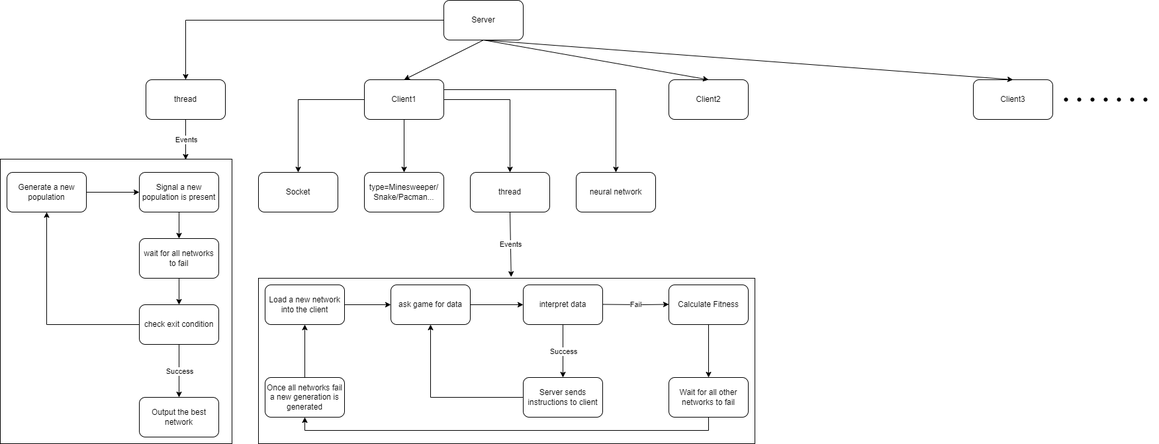
Above: THE_SERVER/ServerDiagram.png in Riadonaru/Minesweeper_OLD (draw.io), before the change. Source tidied: cells renumbered, new cells last; positions are measured from the earlier drawing's top-left corner, leaving out a move shared by most shapes.
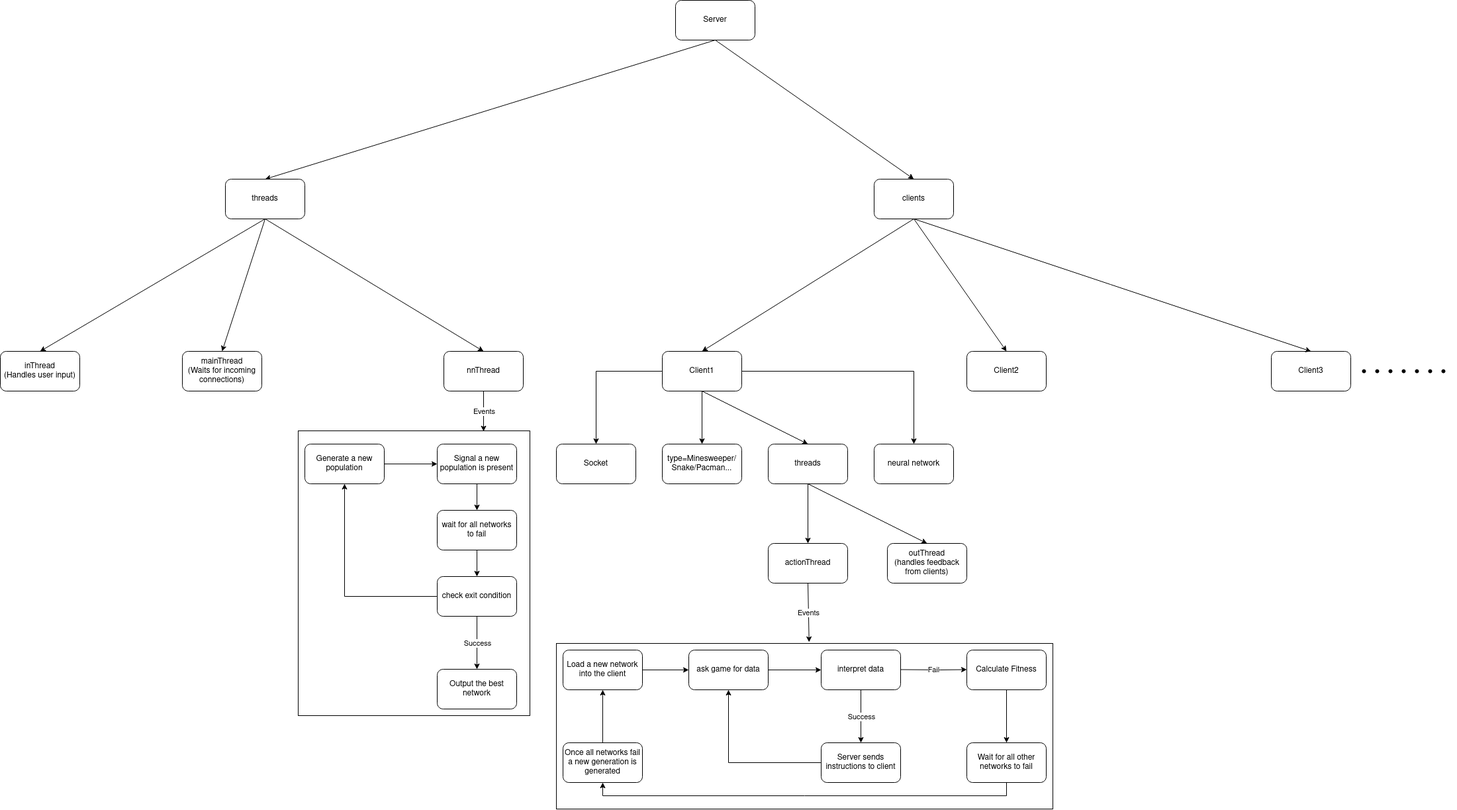
After the commit.

The edit, as a diff of the source:
```diff
@@ -2,11 +2,8 @@
   <root>
     <mxCell id="0" />
     <mxCell id="1" parent="0" />
-    <mxCell id="2" style="edgeStyle=orthogonalEdgeStyle;rounded=0;jettySize=auto;html=1;" parent="1" edge="1" source="3" target="36">
-      <mxGeometry relative="1" as="geometry" />
-    </mxCell>
     <mxCell id="3" value="Server" style="rounded=1;whiteSpace=wrap;html=1;" parent="1" vertex="1">
-      <mxGeometry x="670" width="120" height="60" as="geometry" />
+      <mxGeometry x="570" y="-410" width="120" height="60" as="geometry" />
     </mxCell>
     <mxCell id="4" style="edgeStyle=orthogonalEdgeStyle;rounded=0;jettySize=auto;html=1;" parent="1" edge="1" source="7" target="11">
       <mxGeometry relative="1" as="geometry" />
@@ -14,22 +11,14 @@
     <mxCell id="5" style="edgeStyle=orthogonalEdgeStyle;rounded=0;jettySize=auto;html=1;" parent="1" edge="1" source="7" target="12">
       <mxGeometry relative="1" as="geometry" />
     </mxCell>
-    <mxCell id="6" style="edgeStyle=orthogonalEdgeStyle;rounded=0;jettySize=auto;html=1;" parent="1" edge="1" source="7" target="13">
-      <mxGeometry relative="1" as="geometry" />
-    </mxCell>
     <mxCell id="7" value="Client1" style="rounded=1;whiteSpace=wrap;html=1;" parent="1" vertex="1">
       <mxGeometry x="550" y="120" width="120" height="60" as="geometry" />
     </mxCell>
-    <mxCell id="8" style="endArrow=classic;html=1;rounded=0;exitX=0.5;exitY=1;exitDx=0;exitDy=0;entryX=0.5;entryY=0;entryDx=0;entryDy=0;" parent="1" edge="1" source="3" target="7">
-      <mxGeometry relative="1" as="geometry" />
-    </mxCell>
     <mxCell id="9" value="Client2" style="rounded=1;whiteSpace=wrap;html=1;" parent="1" vertex="1">
       <mxGeometry x="1010" y="120" width="120" height="60" as="geometry" />
     </mxCell>
-    <mxCell id="10" style="endArrow=classic;html=1;rounded=0;entryX=0.5;entryY=0;entryDx=0;entryDy=0;" parent="1" edge="1" target="9">
-      <mxGeometry relative="1" as="geometry">
-        <mxPoint x="730" y="60" as="sourcePoint" />
-      </mxGeometry>
+    <mxCell id="10" style="endArrow=classic;html=1;rounded=0;entryX=0.5;entryY=0;entryDx=0;entryDy=0;exitX=0.5;exitY=1;exitDx=0;exitDy=0;" parent="1" edge="1" source="61" target="9">
+      <mxGeometry relative="1" as="geometry" />
     </mxCell>
     <mxCell id="11" value="Socket" style="whiteSpace=wrap;html=1;rounded=1;" parent="1" vertex="1">
       <mxGeometry x="390" y="260" width="120" height="60" as="geometry" />
@@ -37,13 +26,13 @@
     <mxCell id="12" value="type=Minesweeper/&lt;br&gt;Snake/Pacman..." style="rounded=1;whiteSpace=wrap;html=1;" parent="1" vertex="1">
       <mxGeometry x="550" y="260" width="120" height="60" as="geometry" />
     </mxCell>
-    <mxCell id="13" value="thread" style="whiteSpace=wrap;html=1;rounded=1;" parent="1" vertex="1">
+    <mxCell id="13" value="threads" style="whiteSpace=wrap;html=1;rounded=1;" parent="1" vertex="1">
       <mxGeometry x="710" y="260" width="120" height="60" as="geometry" />
     </mxCell>
-    <mxCell id="14" style="endArrow=classic;html=1;rounded=0;exitX=1;exitY=0.25;exitDx=0;exitDy=0;entryX=0.5;entryY=0;entryDx=0;entryDy=0;" parent="1" edge="1" source="7" target="15">
+    <mxCell id="14" style="endArrow=classic;html=1;rounded=0;exitX=1;exitY=0.5;exitDx=0;exitDy=0;entryX=0.5;entryY=0;entryDx=0;entryDy=0;" parent="1" edge="1" source="7" target="15">
       <mxGeometry relative="1" as="geometry">
         <Array as="points">
-          <mxPoint x="930" y="135" />
+          <mxPoint x="930" y="150" />
         </Array>
       </mxGeometry>
     </mxCell>
@@ -51,19 +40,19 @@
       <mxGeometry x="870" y="260" width="120" height="60" as="geometry" />
     </mxCell>
     <mxCell id="16" style="rounded=0;whiteSpace=wrap;html=1;" parent="1" vertex="1">
-      <mxGeometry x="390" y="420" width="750" height="250" as="geometry" />
+      <mxGeometry x="390" y="561" width="750" height="250" as="geometry" />
     </mxCell>
     <mxCell id="17" style="edgeStyle=orthogonalEdgeStyle;rounded=0;jettySize=auto;html=1;" parent="1" edge="1" source="18" target="19">
       <mxGeometry relative="1" as="geometry" />
     </mxCell>
     <mxCell id="18" value="ask game for data" style="rounded=1;whiteSpace=wrap;html=1;" parent="1" vertex="1">
-      <mxGeometry x="590" y="430" width="120" height="60" as="geometry" />
+      <mxGeometry x="590" y="571" width="120" height="60" as="geometry" />
     </mxCell>
     <mxCell id="19" value="interpret data" style="whiteSpace=wrap;html=1;rounded=1;" parent="1" vertex="1">
-      <mxGeometry x="790" y="430" width="120" height="60" as="geometry" />
+      <mxGeometry x="790" y="571" width="120" height="60" as="geometry" />
     </mxCell>
     <mxCell id="20" value="Server sends instructions to client" style="whiteSpace=wrap;html=1;rounded=1;" parent="1" vertex="1">
-      <mxGeometry x="790" y="570" width="120" height="60" as="geometry" />
+      <mxGeometry x="790" y="711" width="120" height="60" as="geometry" />
     </mxCell>
     <mxCell id="21" style="endArrow=classic;html=1;rounded=0;exitX=0.5;exitY=1;exitDx=0;exitDy=0;" parent="1" edge="1" source="19" target="20">
       <mxGeometry relative="1" as="geometry" />
@@ -73,10 +62,10 @@
     </mxCell>
     <mxCell id="23" style="endArrow=classic;html=1;rounded=0;" parent="1" edge="1">
       <mxGeometry relative="1" as="geometry">
-        <mxPoint x="910" y="459.5" as="sourcePoint" />
-        <mxPoint x="1010" y="459.5" as="targetPoint" />
+        <mxPoint x="910" y="600.5" as="sourcePoint" />
+        <mxPoint x="1010" y="600.5" as="targetPoint" />
         <Array as="points">
-          <mxPoint x="970" y="460" />
+          <mxPoint x="970" y="601" />
         </Array>
       </mxGeometry>
     </mxCell>
@@ -87,45 +76,45 @@
       <mxGeometry relative="1" as="geometry" />
     </mxCell>
     <mxCell id="26" value="Calculate Fitness" style="rounded=1;whiteSpace=wrap;html=1;" parent="1" vertex="1">
-      <mxGeometry x="1010" y="430" width="120" height="60" as="geometry" />
+      <mxGeometry x="1010" y="571" width="120" height="60" as="geometry" />
     </mxCell>
     <mxCell id="27" style="endArrow=classic;html=1;rounded=0;exitX=0;exitY=0.5;exitDx=0;exitDy=0;entryX=0.5;entryY=1;entryDx=0;entryDy=0;" parent="1" edge="1" source="20" target="18">
       <mxGeometry relative="1" as="geometry">
         <Array as="points">
-          <mxPoint x="650" y="600" />
+          <mxPoint x="650" y="741" />
         </Array>
       </mxGeometry>
     </mxCell>
     <mxCell id="28" value="Wait for all other networks to fail" style="whiteSpace=wrap;html=1;rounded=1;" parent="1" vertex="1">
-      <mxGeometry x="1010" y="570" width="120" height="60" as="geometry" />
+      <mxGeometry x="1010" y="711" width="120" height="60" as="geometry" />
     </mxCell>
     <mxCell id="29" style="edgeStyle=orthogonalEdgeStyle;rounded=0;jettySize=auto;html=1;" parent="1" edge="1" source="30" target="18">
       <mxGeometry relative="1" as="geometry" />
     </mxCell>
     <mxCell id="30" value="Load a new network&lt;br&gt;into the client" style="rounded=1;whiteSpace=wrap;html=1;" parent="1" vertex="1">
-      <mxGeometry x="400" y="430" width="120" height="60" as="geometry" />
+      <mxGeometry x="400" y="571" width="120" height="60" as="geometry" />
     </mxCell>
     <mxCell id="31" style="edgeStyle=orthogonalEdgeStyle;rounded=0;jettySize=auto;html=1;" parent="1" edge="1" source="32" target="30">
       <mxGeometry relative="1" as="geometry" />
     </mxCell>
     <mxCell id="32" value="Once all networks fail a new generation is generated" style="rounded=1;whiteSpace=wrap;html=1;" parent="1" vertex="1">
-      <mxGeometry x="400" y="570" width="120" height="60" as="geometry" />
+      <mxGeometry x="400" y="711" width="120" height="60" as="geometry" />
     </mxCell>
     <mxCell id="33" style="endArrow=classic;html=1;rounded=0;exitX=0.5;exitY=1;exitDx=0;exitDy=0;entryX=0.5;entryY=1;entryDx=0;entryDy=0;" parent="1" edge="1" source="28" target="32">
       <mxGeometry relative="1" as="geometry">
         <Array as="points">
-          <mxPoint x="1070" y="650" />
-          <mxPoint x="460" y="650" />
+          <mxPoint x="1070" y="791" />
+          <mxPoint x="460" y="791" />
         </Array>
       </mxGeometry>
     </mxCell>
-    <mxCell id="34" style="endArrow=classic;html=1;rounded=0;exitX=0.5;exitY=1;exitDx=0;exitDy=0;entryX=0.509;entryY=-0.008;entryDx=0;entryDy=0;entryPerimeter=0;" parent="1" edge="1" source="13" target="16">
+    <mxCell id="34" style="endArrow=classic;html=1;rounded=0;entryX=0.509;entryY=-0.008;entryDx=0;entryDy=0;entryPerimeter=0;exitX=0.5;exitY=1;exitDx=0;exitDy=0;" parent="1" edge="1" source="72" target="16">
       <mxGeometry relative="1" as="geometry" />
     </mxCell>
     <mxCell id="35" value="Events" style="edgeLabel;html=1;align=center;verticalAlign=middle;" parent="34" vertex="1">
       <mxGeometry relative="1" as="geometry" />
     </mxCell>
-    <mxCell id="36" value="thread" style="rounded=1;whiteSpace=wrap;html=1;" parent="1" vertex="1">
+    <mxCell id="36" value="nnThread" style="rounded=1;whiteSpace=wrap;html=1;" parent="1" vertex="1">
       <mxGeometry x="220" y="120" width="120" height="60" as="geometry" />
     </mxCell>
     <mxCell id="37" style="rounded=0;whiteSpace=wrap;html=1;" parent="1" vertex="1">
@@ -173,10 +162,8 @@
     <mxCell id="51" value="Client3" style="whiteSpace=wrap;html=1;rounded=1;" parent="1" vertex="1">
       <mxGeometry x="1470" y="120" width="120" height="60" as="geometry" />
     </mxCell>
-    <mxCell id="52" style="endArrow=classic;html=1;rounded=0;entryX=0.5;entryY=0;entryDx=0;entryDy=0;" parent="1" edge="1" target="51">
-      <mxGeometry relative="1" as="geometry">
-        <mxPoint x="730" y="60" as="sourcePoint" />
-      </mxGeometry>
+    <mxCell id="52" style="endArrow=classic;html=1;rounded=0;entryX=0.5;entryY=0;entryDx=0;entryDy=0;exitX=0.5;exitY=1;exitDx=0;exitDy=0;" parent="1" edge="1" source="61" target="51">
+      <mxGeometry relative="1" as="geometry" />
     </mxCell>
     <mxCell id="53" style="shape=waypoint;sketch=0;size=6;fillColor=default;perimeter=centerPerimeter;rounded=1;" parent="1" vertex="1">
       <mxGeometry x="1710" y="130" width="40" height="40" as="geometry" />
@@ -199,5 +186,55 @@
     <mxCell id="59" style="shape=waypoint;sketch=0;size=6;fillColor=default;perimeter=centerPerimeter;rounded=1;" parent="1" vertex="1">
       <mxGeometry x="1590" y="130" width="40" height="40" as="geometry" />
     </mxCell>
+    <mxCell id="60" value="&lt;div&gt;inThread&lt;/div&gt;&lt;div&gt;(Handles user input)&lt;br&gt;&lt;/div&gt;" style="rounded=1;whiteSpace=wrap;html=1;" parent="1" vertex="1">
+      <mxGeometry x="-450" y="120" width="120" height="60" as="geometry" />
+    </mxCell>
+    <mxCell id="61" value="clients" style="rounded=1;whiteSpace=wrap;html=1;" parent="1" vertex="1">
+      <mxGeometry x="870" y="-140" width="120" height="60" as="geometry" />
+    </mxCell>
+    <mxCell id="62" style="endArrow=classic;html=1;rounded=0;exitX=0.5;exitY=1;exitDx=0;exitDy=0;entryX=0.5;entryY=0;entryDx=0;entryDy=0;" parent="1" edge="1" source="61" target="7">
+      <mxGeometry relative="1" as="geometry" />
+    </mxCell>
+    <mxCell id="63" style="endArrow=classic;html=1;rounded=0;exitX=0.5;exitY=1;exitDx=0;exitDy=0;entryX=0.5;entryY=0;entryDx=0;entryDy=0;" parent="1" edge="1" source="3" target="61">
+      <mxGeometry relative="1" as="geometry" />
+    </mxCell>
+    <mxCell id="64" value="&lt;div&gt;mainThread&lt;/div&gt;&lt;div&gt;(Waits for incoming connections)&lt;br&gt;&lt;/div&gt;" style="rounded=1;whiteSpace=wrap;html=1;" parent="1" vertex="1">
+      <mxGeometry x="-175" y="120" width="120" height="60" as="geometry" />
+    </mxCell>
+    <mxCell id="65" style="endArrow=classic;html=1;rounded=0;exitX=0.5;exitY=1;exitDx=0;exitDy=0;entryX=0.5;entryY=0;entryDx=0;entryDy=0;" parent="1" edge="1" source="3" target="66">
+      <mxGeometry relative="1" as="geometry" />
+    </mxCell>
+    <mxCell id="66" value="threads" style="rounded=1;whiteSpace=wrap;html=1;" parent="1" vertex="1">
+      <mxGeometry x="-110" y="-140" width="120" height="60" as="geometry" />
+    </mxCell>
+    <mxCell id="67" style="edgeStyle=orthogonalEdgeStyle;rounded=0;orthogonalLoop=1;jettySize=auto;html=1;exitX=0.5;exitY=1;exitDx=0;exitDy=0;" parent="1" edge="1" source="60" target="60">
+      <mxGeometry relative="1" as="geometry" />
+    </mxCell>
+    <mxCell id="68" style="endArrow=classic;html=1;rounded=0;exitX=0.5;exitY=1;exitDx=0;exitDy=0;entryX=0.5;entryY=0;entryDx=0;entryDy=0;" parent="1" edge="1" source="66" target="36">
+      <mxGeometry relative="1" as="geometry" />
+    </mxCell>
+    <mxCell id="69" style="endArrow=classic;html=1;rounded=0;exitX=0.5;exitY=1;exitDx=0;exitDy=0;entryX=0.5;entryY=0;entryDx=0;entryDy=0;" parent="1" edge="1" source="66" target="64">
+      <mxGeometry relative="1" as="geometry" />
+    </mxCell>
+    <mxCell id="70" style="endArrow=classic;html=1;rounded=0;exitX=0.5;exitY=1;exitDx=0;exitDy=0;entryX=0.5;entryY=0;entryDx=0;entryDy=0;" parent="1" edge="1" source="66" target="60">
+      <mxGeometry relative="1" as="geometry" />
+    </mxCell>
+    <mxCell id="71" style="endArrow=classic;html=1;rounded=0;entryX=0.5;entryY=0;entryDx=0;entryDy=0;" parent="1" edge="1" target="13">
+      <mxGeometry relative="1" as="geometry">
+        <mxPoint x="610" y="180" as="sourcePoint" />
+      </mxGeometry>
+    </mxCell>
+    <mxCell id="72" value="actionThread" style="rounded=1;whiteSpace=wrap;html=1;" parent="1" vertex="1">
+      <mxGeometry x="710" y="410" width="120" height="60" as="geometry" />
+    </mxCell>
+    <mxCell id="73" value="&lt;div&gt;outThread&lt;/div&gt;&lt;div&gt;(handles feedback from clients)&lt;br&gt;&lt;/div&gt;" style="rounded=1;whiteSpace=wrap;html=1;" parent="1" vertex="1">
+      <mxGeometry x="890" y="410" width="120" height="60" as="geometry" />
+    </mxCell>
+    <mxCell id="74" style="endArrow=classic;html=1;rounded=0;exitX=0.5;exitY=1;exitDx=0;exitDy=0;entryX=0.5;entryY=0;entryDx=0;entryDy=0;" parent="1" edge="1" source="13" target="72">
+      <mxGeometry relative="1" as="geometry" />
+    </mxCell>
+    <mxCell id="75" style="endArrow=classic;html=1;rounded=0;exitX=0.5;exitY=1;exitDx=0;exitDy=0;entryX=0.5;entryY=0;entryDx=0;entryDy=0;" parent="1" edge="1" source="13" target="73">
+      <mxGeometry relative="1" as="geometry" />
+    </mxCell>
   </root>
 </mxGraphModel>
```
